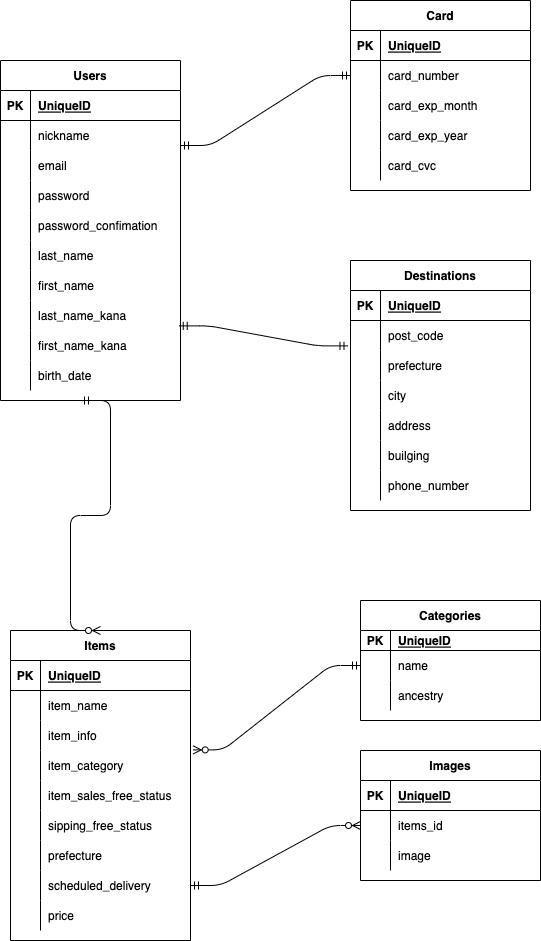
The draw.io diagram furima-38710.drawio.png in yurika0705/furima-38710, before a commit. Source tidied: cells renumbered, new cells last; positions are measured from the earlier drawing's top-left corner, leaving out a move shared by most shapes.
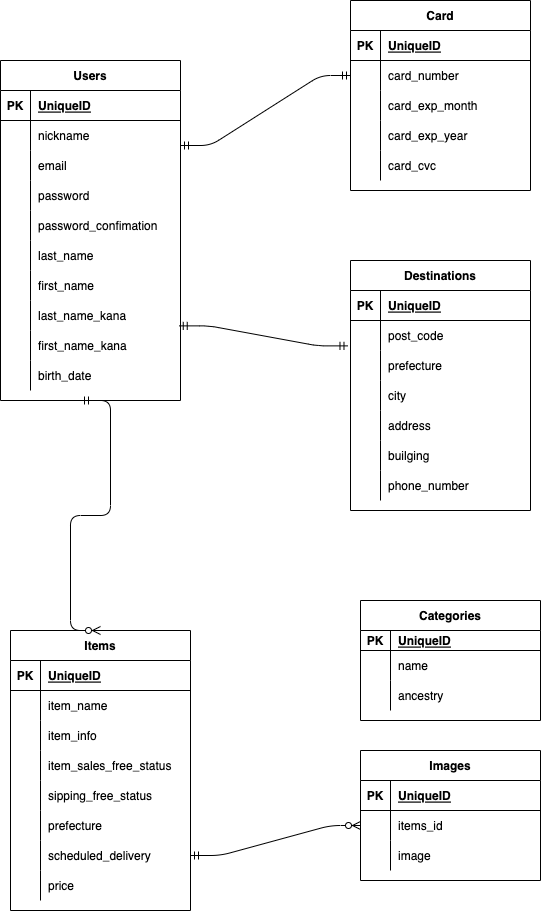
After the commit.

Change to the diagram source:
```diff
@@ -96,7 +96,7 @@
       <mxGeometry x="30" width="150" height="30" as="geometry" />
     </mxCell>
     <mxCell id="33" value="Items" style="shape=table;startSize=30;rowLines=0;fontStyle=1;align=center;html=0;" parent="1" vertex="1">
-      <mxGeometry x="10" y="630" width="180" height="310" as="geometry" />
+      <mxGeometry x="10" y="630" width="180" height="280" as="geometry" />
     </mxCell>
     <mxCell id="34" style="shape=partialRectangle;fillColor=none;top=0;left=0;bottom=1;right=0;html=0;" parent="33" vertex="1">
       <mxGeometry y="30" width="180" height="30" as="geometry" />
@@ -125,17 +125,8 @@
     <mxCell id="42" value="item_info" style="shape=partialRectangle;fillColor=none;top=0;left=0;bottom=0;right=0;align=left;spacingLeft=6;overflow=hidden;html=0;" parent="40" vertex="1">
       <mxGeometry x="30" width="150" height="30" as="geometry" />
     </mxCell>
-    <mxCell id="43" style="shape=partialRectangle;fillColor=none;top=0;left=0;bottom=0;right=0;points=[[0,0.5],[1,0.5]];portConstraint=eastwest;html=0;" parent="33" vertex="1">
-      <mxGeometry y="120" width="180" height="30" as="geometry" />
-    </mxCell>
-    <mxCell id="44" style="shape=partialRectangle;fillColor=none;top=0;left=0;bottom=0;right=0;overflow=hidden;html=0;" parent="43" vertex="1">
-      <mxGeometry width="30" height="30" as="geometry" />
-    </mxCell>
-    <mxCell id="45" value="item_category" style="shape=partialRectangle;fillColor=none;top=0;left=0;bottom=0;right=0;align=left;spacingLeft=6;overflow=hidden;html=0;" parent="43" vertex="1">
-      <mxGeometry x="30" width="150" height="30" as="geometry" />
-    </mxCell>
     <mxCell id="46" style="shape=partialRectangle;fillColor=none;top=0;left=0;bottom=0;right=0;html=0;" parent="33" vertex="1">
-      <mxGeometry y="150" width="180" height="30" as="geometry" />
+      <mxGeometry y="120" width="180" height="30" as="geometry" />
     </mxCell>
     <mxCell id="47" style="shape=partialRectangle;fillColor=none;top=0;left=0;bottom=0;right=0;overflow=hidden;html=0;" parent="46" vertex="1">
       <mxGeometry width="30" height="30" as="geometry" />
@@ -144,7 +135,7 @@
       <mxGeometry x="30" width="150" height="30" as="geometry" />
     </mxCell>
     <mxCell id="49" style="shape=partialRectangle;fillColor=none;top=0;left=0;bottom=0;right=0;html=0;" parent="33" vertex="1">
-      <mxGeometry y="180" width="180" height="30" as="geometry" />
+      <mxGeometry y="150" width="180" height="30" as="geometry" />
     </mxCell>
     <mxCell id="50" style="shape=partialRectangle;fillColor=none;top=0;left=0;bottom=0;right=0;overflow=hidden;html=0;" parent="49" vertex="1">
       <mxGeometry width="30" height="30" as="geometry" />
@@ -153,7 +144,7 @@
       <mxGeometry x="30" width="150" height="30" as="geometry" />
     </mxCell>
     <mxCell id="52" style="shape=partialRectangle;fillColor=none;top=0;left=0;bottom=0;right=0;html=0;" parent="33" vertex="1">
-      <mxGeometry y="210" width="180" height="30" as="geometry" />
+      <mxGeometry y="180" width="180" height="30" as="geometry" />
     </mxCell>
     <mxCell id="53" style="shape=partialRectangle;fillColor=none;top=0;left=0;bottom=0;right=0;overflow=hidden;html=0;" parent="52" vertex="1">
       <mxGeometry width="30" height="30" as="geometry" />
@@ -162,7 +153,7 @@
       <mxGeometry x="30" width="150" height="30" as="geometry" />
     </mxCell>
     <mxCell id="55" style="shape=partialRectangle;fillColor=none;top=0;left=0;bottom=0;right=0;points=[[0,0.5],[1,0.5]];portConstraint=eastwest;html=0;" parent="33" vertex="1">
-      <mxGeometry y="240" width="180" height="30" as="geometry" />
+      <mxGeometry y="210" width="180" height="30" as="geometry" />
     </mxCell>
     <mxCell id="56" style="shape=partialRectangle;fillColor=none;top=0;left=0;bottom=0;right=0;overflow=hidden;html=0;" parent="55" vertex="1">
       <mxGeometry width="30" height="30" as="geometry" />
@@ -171,7 +162,7 @@
       <mxGeometry x="30" width="150" height="30" as="geometry" />
     </mxCell>
     <mxCell id="58" style="shape=partialRectangle;fillColor=none;top=0;left=0;bottom=0;right=0;html=0;" parent="33" vertex="1">
-      <mxGeometry y="270" width="180" height="30" as="geometry" />
+      <mxGeometry y="240" width="180" height="30" as="geometry" />
     </mxCell>
     <mxCell id="59" style="shape=partialRectangle;fillColor=none;top=0;left=0;bottom=0;right=0;overflow=hidden;html=0;" parent="58" vertex="1">
       <mxGeometry width="30" height="30" as="geometry" />
@@ -369,7 +360,7 @@
     <mxCell id="122" style="edgeStyle=entityRelationEdgeStyle;fontSize=12;html=1;endArrow=ERzeroToMany;startArrow=ERmandOne;entryX=0;entryY=0.5;entryDx=0;entryDy=0;" parent="1" edge="1" source="55" target="103">
       <mxGeometry relative="1" as="geometry" />
     </mxCell>
-    <mxCell id="123" style="edgeStyle=entityRelationEdgeStyle;fontSize=12;html=1;endArrow=ERzeroToMany;startArrow=ERmandOne;exitX=0;exitY=0.5;exitDx=0;exitDy=0;entryX=1.015;entryY=-0.021;entryDx=0;entryDy=0;entryPerimeter=0;" parent="1" edge="1" source="113" target="43">
+    <mxCell id="123" style="edgeStyle=entityRelationEdgeStyle;fontSize=12;html=1;endArrow=ERzeroToMany;startArrow=ERmandOne;exitX=0;exitY=0.5;exitDx=0;exitDy=0;entryX=1.015;entryY=-0.021;entryDx=0;entryDy=0;entryPerimeter=0;" parent="1" edge="1" source="113" target="x">
       <mxGeometry relative="1" as="geometry" />
     </mxCell>
   </root>
```
